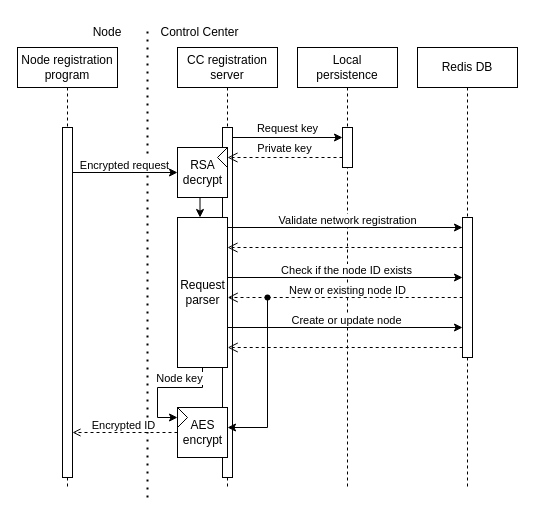
Earlier version of the draw.io diagram page "reg-server" (3 of 8) of docs/media/drawio/ijam.drawio (michaelg29/JAMScript-OTA). Source tidied: cells renumbered, new cells numbered last; positions are measured from the earlier drawing's top-left corner, leaving out a move shared by most shapes. Both pictures are drawn from the tidied source at 100%, with x=0, y=0 at pixel (17, 17).
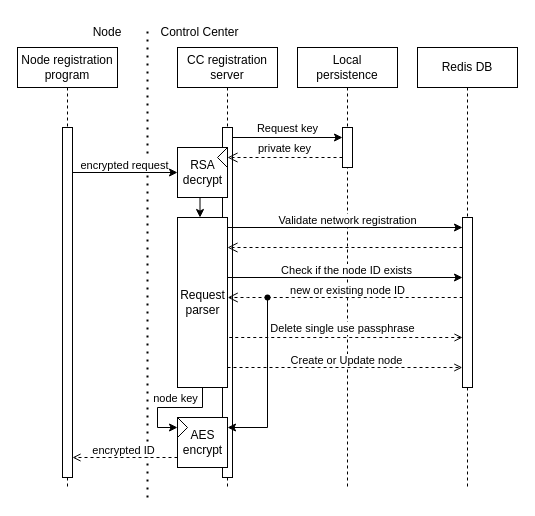
The same diagram, later.

Unchanged cells that the change refers to:
```xml
<mxCell id="5" value="CC registration server" style="shape=umlLifeline;perimeter=lifelinePerimeter;whiteSpace=wrap;html=1;newEdgeStyle={&quot;edgeStyle&quot;:&quot;elbowEdgeStyle&quot;,&quot;elbow&quot;:&quot;vertical&quot;,&quot;curved&quot;:0,&quot;rounded&quot;:0};labelBackgroundColor=#FFFFFF;" parent="1" vertex="1">
  <mxGeometry x="160" y="30" width="100" height="440" as="geometry" />
</mxCell>
<mxCell id="14" value="Redis DB" style="shape=umlLifeline;perimeter=lifelinePerimeter;whiteSpace=wrap;html=1;newEdgeStyle={&quot;edgeStyle&quot;:&quot;elbowEdgeStyle&quot;,&quot;elbow&quot;:&quot;vertical&quot;,&quot;curved&quot;:0,&quot;rounded&quot;:0};labelBackgroundColor=#FFFFFF;" parent="1" vertex="1">
  <mxGeometry x="400" y="30" width="100" height="440" as="geometry" />
</mxCell>
<mxCell id="20" style="endArrow=classic;html=1;rounded=0;labelBackgroundColor=#FFFFFF;" parent="1" edge="1">
  <mxGeometry relative="1" as="geometry">
    <mxPoint x="55" y="155" as="sourcePoint" />
    <mxPoint x="160" y="155" as="targetPoint" />
  </mxGeometry>
</mxCell>
<mxCell id="35" style="html=1;verticalAlign=bottom;endArrow=none;dashed=1;endSize=8;edgeStyle=elbowEdgeStyle;elbow=vertical;curved=0;rounded=0;labelBackgroundColor=#FFFFFF;endFill=0;" parent="1" edge="1" target="37">
  <mxGeometry relative="1" as="geometry">
    <mxPoint x="445.2" y="280" as="sourcePoint" />
    <Array as="points">
      <mxPoint x="275.2" y="280" />
    </Array>
  </mxGeometry>
</mxCell>
```

Diff of the diagram source:
```diff
@@
     <mxCell id="8" value="&lt;div&gt;Request&lt;/div&gt;&lt;div&gt;parser&lt;/div&gt;" style="html=1;points=[];perimeter=orthogonalPerimeter;outlineConnect=0;targetShapes=umlLifeline;portConstraint=eastwest;newEdgeStyle={&quot;edgeStyle&quot;:&quot;elbowEdgeStyle&quot;,&quot;elbow&quot;:&quot;vertical&quot;,&quot;curved&quot;:0,&quot;rounded&quot;:0};labelBackgroundColor=#FFFFFF;" parent="5" vertex="1">
-      <mxGeometry y="170" width="50" height="150" as="geometry" />
+      <mxGeometry y="170" width="50" height="170" as="geometry" />
     </mxCell>
     <mxCell id="9" value="&lt;div&gt;AES&lt;/div&gt;&lt;div&gt;encrypt&lt;br&gt;&lt;/div&gt;" style="html=1;points=[];perimeter=orthogonalPerimeter;outlineConnect=0;targetShapes=umlLifeline;portConstraint=eastwest;newEdgeStyle={&quot;edgeStyle&quot;:&quot;elbowEdgeStyle&quot;,&quot;elbow&quot;:&quot;vertical&quot;,&quot;curved&quot;:0,&quot;rounded&quot;:0};labelBackgroundColor=#FFFFFF;" parent="5" vertex="1">
-      <mxGeometry y="360" width="50" height="50" as="geometry" />
+      <mxGeometry y="370" width="50" height="50" as="geometry" />
     </mxCell>
@@
     <mxCell id="15" style="html=1;perimeter=orthogonalPerimeter;targetShapes=umlLifeline;newEdgeStyle={&quot;edgeStyle&quot;:&quot;elbowEdgeStyle&quot;,&quot;elbow&quot;:&quot;vertical&quot;,&quot;curved&quot;:0,&quot;rounded&quot;:0};labelBackgroundColor=#FFFFFF;" parent="14" vertex="1">
-      <mxGeometry x="45" y="170" width="10" height="140" as="geometry" />
+      <mxGeometry x="45" y="170" width="10" height="170" as="geometry" />
     </mxCell>
@@
-    <mxCell id="18" value="Private key" style="html=1;verticalAlign=bottom;endArrow=open;dashed=1;endSize=8;edgeStyle=elbowEdgeStyle;elbow=vertical;curved=0;rounded=0;labelBackgroundColor=#FFFFFF;" parent="1" edge="1">
+    <mxCell id="18" value="private key" style="html=1;verticalAlign=bottom;endArrow=open;dashed=1;endSize=8;edgeStyle=elbowEdgeStyle;elbow=vertical;curved=0;rounded=0;labelBackgroundColor=#FFFFFF;" parent="1" edge="1">
       <mxGeometry relative="1" as="geometry">
         <mxPoint x="325" y="140" as="sourcePoint" />
         <mxPoint x="210" y="140" as="targetPoint" />
         <Array as="points">
           <mxPoint x="265" y="140" />
         </Array>
       </mxGeometry>
     </mxCell>
@@
-    <mxCell id="21" value="Encrypted request" style="edgeLabel;html=1;align=center;verticalAlign=middle;labelBackgroundColor=#FFFFFF;" parent="20" vertex="1">
+    <mxCell id="21" value="encrypted request" style="edgeLabel;html=1;align=center;verticalAlign=middle;labelBackgroundColor=#FFFFFF;" parent="20" vertex="1">
       <mxGeometry relative="1" as="geometry">
         <mxPoint x="-2" y="-8" as="offset" />
       </mxGeometry>
     </mxCell>
@@
-    <mxCell id="29" style="endArrow=classic;html=1;rounded=0;" parent="1" edge="1">
+    <mxCell id="29" style="endArrow=open;html=1;rounded=0;endFill=0;strokeColor=default;dashed=1;" parent="1" edge="1">
       <mxGeometry relative="1" as="geometry">
-        <mxPoint x="210.2" y="310" as="sourcePoint" />
-        <mxPoint x="445" y="310" as="targetPoint" />
+        <mxPoint x="210" y="350" as="sourcePoint" />
+        <mxPoint x="444.8" y="350" as="targetPoint" />
       </mxGeometry>
     </mxCell>
-    <mxCell id="30" value="Create or update node" style="edgeLabel;html=1;align=center;verticalAlign=middle;" parent="29" vertex="1">
+    <mxCell id="30" value="Create or Update node" style="edgeLabel;html=1;align=center;verticalAlign=middle;" parent="29" vertex="1">
       <mxGeometry relative="1" as="geometry">
         <mxPoint x="1" y="-8" as="offset" />
       </mxGeometry>
     </mxCell>
-    <mxCell id="31" style="html=1;verticalAlign=bottom;endArrow=open;dashed=1;endSize=8;edgeStyle=elbowEdgeStyle;elbow=vertical;curved=0;rounded=0;labelBackgroundColor=#FFFFFF;" parent="1" edge="1">
-      <mxGeometry relative="1" as="geometry">
-        <mxPoint x="445.2" y="330" as="sourcePoint" />
-        <mxPoint x="210.2" y="330" as="targetPoint" />
-        <Array as="points">
-          <mxPoint x="275.2" y="330" />
-        </Array>
-      </mxGeometry>
-    </mxCell>
     <mxCell id="32" style="triangle;whiteSpace=wrap;html=1;rotation=0;" parent="1" vertex="1">
-      <mxGeometry x="160" y="390" width="10" height="20" as="geometry" />
+      <mxGeometry x="160" y="400" width="10" height="20" as="geometry" />
     </mxCell>
-    <mxCell id="33" style="endArrow=none;html=1;rounded=0;exitX=0;exitY=0.5;exitDx=0;exitDy=0;startArrow=classic;startFill=1;" parent="1" edge="1" source="32" target="8">
+    <mxCell id="33" style="endArrow=none;html=1;rounded=0;exitX=0;exitY=0.5;exitDx=0;exitDy=0;startArrow=classic;startFill=1;entryX=0.5;entryY=1;entryDx=0;entryDy=0;entryPerimeter=0;" parent="1" edge="1" source="32" target="8">
       <mxGeometry relative="1" as="geometry">
         <Array as="points">
-          <mxPoint x="140" y="400" />
-          <mxPoint x="140" y="370" />
-          <mxPoint x="185" y="370" />
+          <mxPoint x="140" y="410" />
+          <mxPoint x="140" y="390" />
+          <mxPoint x="185" y="390" />
         </Array>
       </mxGeometry>
     </mxCell>
-    <mxCell id="34" value="Node key" style="edgeLabel;html=1;align=center;verticalAlign=middle;" parent="33" vertex="1">
+    <mxCell id="34" value="node key" style="edgeLabel;html=1;align=center;verticalAlign=middle;" parent="33" vertex="1">
       <mxGeometry x="0.21" relative="1" as="geometry">
-        <mxPoint x="1" y="-10" as="offset" />
+        <mxPoint x="-7" y="-10" as="offset" />
       </mxGeometry>
     </mxCell>
@@
-    <mxCell id="36" value="New or existing node ID" style="edgeLabel;html=1;align=center;verticalAlign=middle;" parent="35" vertex="1">
+    <mxCell id="36" value="new or existing node ID" style="edgeLabel;html=1;align=center;verticalAlign=middle;" parent="35" vertex="1">
       <mxGeometry x="-0.01" y="-1" relative="1" as="geometry">
         <mxPoint x="-19" y="-7" as="offset" />
       </mxGeometry>
     </mxCell>
@@
-    <mxCell id="39" style="endArrow=open;html=1;rounded=0;labelBackgroundColor=#FFFFFF;dashed=1;endFill=0;" parent="1" edge="1" source="9">
+    <mxCell id="39" style="endArrow=open;html=1;rounded=0;labelBackgroundColor=#FFFFFF;dashed=1;endFill=0;" parent="1" edge="1">
       <mxGeometry relative="1" as="geometry">
-        <mxPoint x="55" y="415" as="targetPoint" />
+        <mxPoint x="160" y="440" as="sourcePoint" />
+        <mxPoint x="55" y="440" as="targetPoint" />
       </mxGeometry>
     </mxCell>
-    <mxCell id="40" value="Encrypted ID" style="edgeLabel;html=1;align=center;verticalAlign=middle;labelBackgroundColor=#FFFFFF;" parent="39" vertex="1">
+    <mxCell id="40" value="encrypted ID" style="edgeLabel;html=1;align=center;verticalAlign=middle;labelBackgroundColor=#FFFFFF;" parent="39" vertex="1">
       <mxGeometry relative="1" as="geometry">
         <mxPoint x="-2" y="-8" as="offset" />
       </mxGeometry>
     </mxCell>
+    <mxCell id="41" style="html=1;verticalAlign=bottom;endArrow=none;dashed=1;endSize=8;edgeStyle=elbowEdgeStyle;elbow=vertical;curved=0;rounded=0;labelBackgroundColor=#FFFFFF;startArrow=open;startFill=0;endFill=0;" parent="1" edge="1">
+      <mxGeometry relative="1" as="geometry">
+        <mxPoint x="445" y="320" as="sourcePoint" />
+        <mxPoint x="210" y="320" as="targetPoint" />
+        <Array as="points">
+          <mxPoint x="275" y="320" />
+        </Array>
+      </mxGeometry>
+    </mxCell>
+    <mxCell id="42" value="Delete single use passphrase" style="edgeLabel;html=1;align=center;verticalAlign=middle;" parent="41" vertex="1">
+      <mxGeometry y="-1" relative="1" as="geometry">
+        <mxPoint x="-3" y="-9" as="offset" />
+      </mxGeometry>
+    </mxCell>
```
